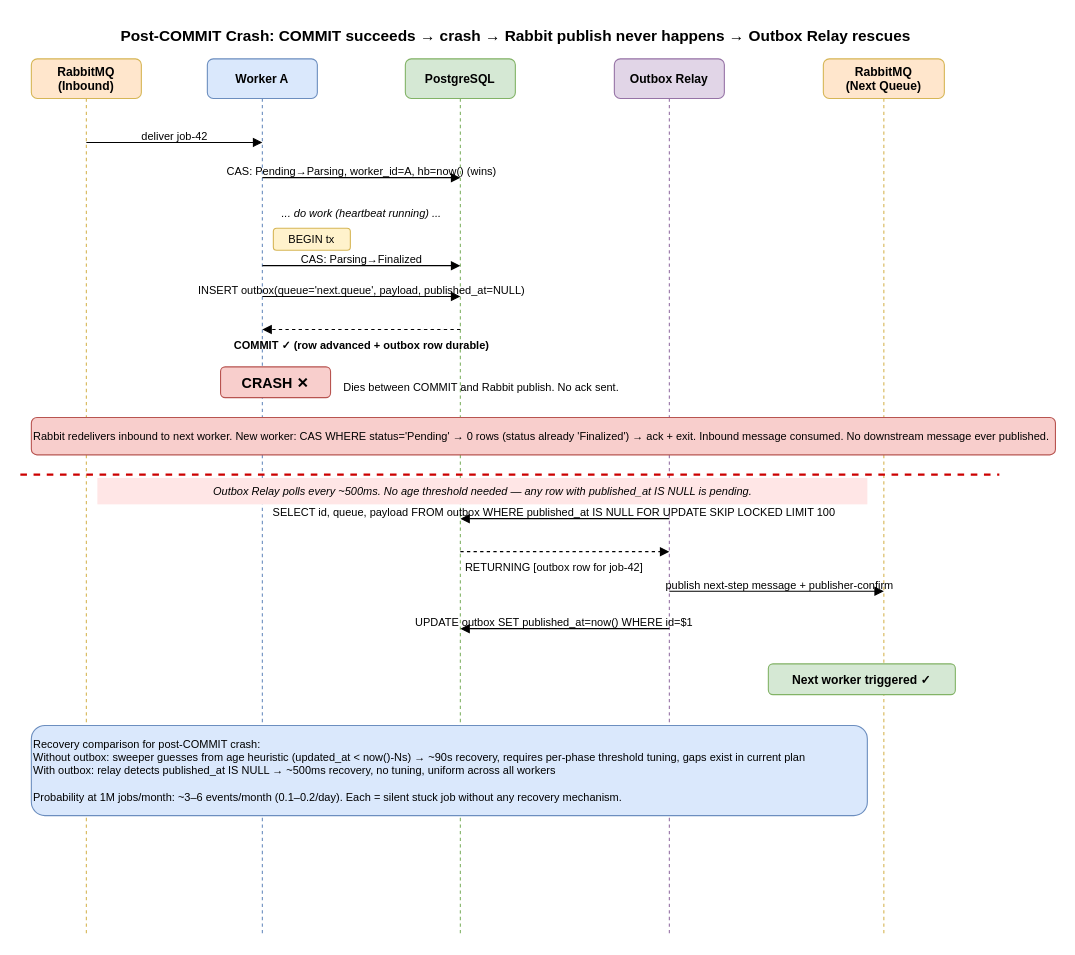
Earlier version of the draw.io diagram page "3 — Post-COMMIT Crash (Outbox)" (3 of 4) of docs/cas-heartbeat-recovery.drawio (ImriHarlev/Dintinct). Source tidied: cells renumbered, new cells numbered last; positions are measured from the earlier drawing's top-left corner, leaving out a move shared by most shapes. Both pictures are drawn from the tidied source at 110%, with x=0, y=0 at pixel (20, 19).
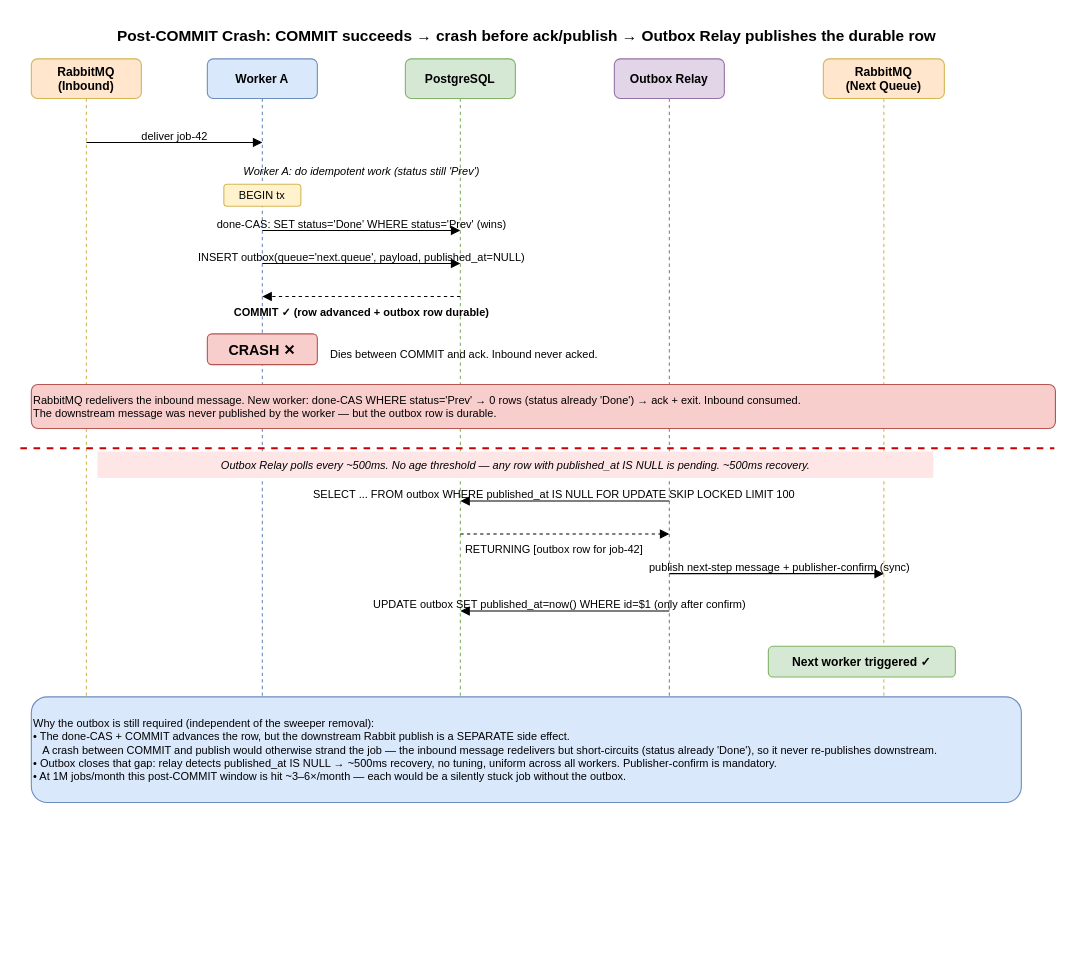
The same diagram, later.

Commit message (it also covers changes not shown here):
check-point for Rabbit 3.13

What changed in the source:
```diff
@@
-    <mxCell id="2" value="Post-COMMIT Crash: COMMIT succeeds → crash → Rabbit publish never happens → Outbox Relay rescues" style="text;html=1;strokeColor=none;fillColor=none;align=center;fontSize=14;fontStyle=1;" parent="1" vertex="1">
-      <mxGeometry x="10" width="880" height="26" as="geometry" />
+    <mxCell id="2" value="Post-COMMIT Crash: COMMIT succeeds → crash before ack/publish → Outbox Relay publishes the durable row" style="text;html=1;strokeColor=none;fillColor=none;align=center;fontSize=14;fontStyle=1;" parent="1" vertex="1">
+      <mxGeometry x="10" width="900" height="26" as="geometry" />
     </mxCell>
@@
     <mxCell id="8" style="endArrow=none;dashed=1;strokeColor=#d6b656;" parent="1" edge="1">
       <mxGeometry relative="1" as="geometry">
         <mxPoint x="60" y="72" as="sourcePoint" />
-        <mxPoint x="60" y="832" as="targetPoint" />
+        <mxPoint x="60" y="632" as="targetPoint" />
       </mxGeometry>
     </mxCell>
     <mxCell id="9" style="endArrow=none;dashed=1;strokeColor=#6c8ebf;" parent="1" edge="1">
       <mxGeometry relative="1" as="geometry">
         <mxPoint x="220" y="72" as="sourcePoint" />
-        <mxPoint x="220" y="832" as="targetPoint" />
+        <mxPoint x="220" y="632" as="targetPoint" />
       </mxGeometry>
     </mxCell>
     <mxCell id="10" style="endArrow=none;dashed=1;strokeColor=#82b366;" parent="1" edge="1">
       <mxGeometry relative="1" as="geometry">
         <mxPoint x="400" y="72" as="sourcePoint" />
-        <mxPoint x="400" y="832" as="targetPoint" />
+        <mxPoint x="400" y="632" as="targetPoint" />
       </mxGeometry>
     </mxCell>
     <mxCell id="11" style="endArrow=none;dashed=1;strokeColor=#9673a6;" parent="1" edge="1">
       <mxGeometry relative="1" as="geometry">
         <mxPoint x="590" y="72" as="sourcePoint" />
-        <mxPoint x="590" y="832" as="targetPoint" />
+        <mxPoint x="590" y="632" as="targetPoint" />
       </mxGeometry>
     </mxCell>
     <mxCell id="12" style="endArrow=none;dashed=1;strokeColor=#d6b656;" parent="1" edge="1">
       <mxGeometry relative="1" as="geometry">
         <mxPoint x="785" y="72" as="sourcePoint" />
-        <mxPoint x="785" y="832" as="targetPoint" />
+        <mxPoint x="785" y="632" as="targetPoint" />
       </mxGeometry>
     </mxCell>
@@
-    <mxCell id="15" style="endArrow=block;endFill=1;" parent="1" edge="1">
-      <mxGeometry relative="1" as="geometry">
-        <mxPoint x="220" y="144" as="sourcePoint" />
-        <mxPoint x="400" y="144" as="targetPoint" />
-      </mxGeometry>
+    <mxCell id="15" value="Worker A: do idempotent work (status still 'Prev')" style="text;html=1;strokeColor=none;fillColor=none;align=center;fontSize=10;fontStyle=2;" parent="1" vertex="1">
+      <mxGeometry x="200" y="126" width="220" height="16" as="geometry" />
     </mxCell>
-    <mxCell id="16" value="CAS: Pending→Parsing, worker_id=A, hb=now()  (wins)" style="text;html=1;strokeColor=none;fillColor=none;align=center;fontSize=10;" parent="1" vertex="1">
-      <mxGeometry x="200" y="126" width="220" height="16" as="geometry" />
-    </mxCell>
+    <mxCell id="18" value="BEGIN tx" style="rounded=1;fillColor=#fff2cc;strokeColor=#d6b656;fontSize=10;" parent="1" vertex="1">
+      <mxGeometry x="185" y="150" width="70" height="20" as="geometry" />
+    </mxCell>
-    <mxCell id="17" value="... do work (heartbeat running) ..." style="text;html=1;strokeColor=none;fillColor=none;align=center;fontSize=10;fontStyle=2;" parent="1" vertex="1">
-      <mxGeometry x="200" y="164" width="220" height="16" as="geometry" />
+    <mxCell id="17" style="endArrow=block;endFill=1;" parent="1" edge="1">
+      <mxGeometry relative="1" as="geometry">
+        <mxPoint x="220" y="192" as="sourcePoint" />
+        <mxPoint x="400" y="192" as="targetPoint" />
+      </mxGeometry>
     </mxCell>
-    <mxCell id="18" value="BEGIN tx" style="rounded=1;fillColor=#fff2cc;strokeColor=#d6b656;fontSize=10;" parent="1" vertex="1">
-      <mxGeometry x="230" y="190" width="70" height="20" as="geometry" />
-    </mxCell>
+    <mxCell id="40" value="done-CAS: SET status='Done' WHERE status='Prev' (wins)" style="text;html=1;strokeColor=none;fillColor=none;align=center;fontSize=10;" parent="1" vertex="1">
+      <mxGeometry x="190" y="174" width="240" height="16" as="geometry" />
+    </mxCell>
     <mxCell id="19" style="endArrow=block;endFill=1;" parent="1" edge="1">
       <mxGeometry relative="1" as="geometry">
-        <mxPoint x="220" y="224" as="sourcePoint" />
-        <mxPoint x="400" y="224" as="targetPoint" />
+        <mxPoint x="220" y="222" as="sourcePoint" />
+        <mxPoint x="400" y="222" as="targetPoint" />
       </mxGeometry>
     </mxCell>
-    <mxCell id="20" value="CAS: Parsing→Finalized" style="text;html=1;strokeColor=none;fillColor=none;align=center;fontSize=10;" parent="1" vertex="1">
-      <mxGeometry x="200" y="206" width="220" height="16" as="geometry" />
+    <mxCell id="20" value="INSERT outbox(queue='next.queue', payload, published_at=NULL)" style="text;html=1;strokeColor=none;fillColor=none;align=center;fontSize=10;" parent="1" vertex="1">
+      <mxGeometry x="190" y="204" width="240" height="16" as="geometry" />
     </mxCell>
-    <mxCell id="21" style="endArrow=block;endFill=1;" parent="1" edge="1">
-      <mxGeometry relative="1" as="geometry">
-        <mxPoint x="220" y="252" as="sourcePoint" />
-        <mxPoint x="400" y="252" as="targetPoint" />
-      </mxGeometry>
-    </mxCell>
-    <mxCell id="22" value="INSERT outbox(queue='next.queue', payload, published_at=NULL)" style="text;html=1;strokeColor=none;fillColor=none;align=center;fontSize=10;" parent="1" vertex="1">
-      <mxGeometry x="200" y="234" width="220" height="16" as="geometry" />
-    </mxCell>
     <mxCell id="23" style="endArrow=block;endFill=1;dashed=1;" parent="1" edge="1">
       <mxGeometry relative="1" as="geometry">
-        <mxPoint x="400" y="282" as="sourcePoint" />
-        <mxPoint x="220" y="282" as="targetPoint" />
+        <mxPoint x="400" y="252" as="sourcePoint" />
+        <mxPoint x="220" y="252" as="targetPoint" />
       </mxGeometry>
     </mxCell>
     <mxCell id="24" value="COMMIT ✓  (row advanced + outbox row durable)" style="text;html=1;strokeColor=none;fillColor=none;align=center;fontSize=10;fontStyle=1;" parent="1" vertex="1">
-      <mxGeometry x="200" y="284" width="220" height="16" as="geometry" />
+      <mxGeometry x="190" y="254" width="240" height="16" as="geometry" />
     </mxCell>
     <mxCell id="25" value="CRASH ✕" style="rounded=1;fillColor=#f8cecc;strokeColor=#b85450;fontStyle=1;fontSize=13;" parent="1" vertex="1">
-      <mxGeometry x="182" y="316" width="100" height="28" as="geometry" />
+      <mxGeometry x="170" y="286" width="100" height="28" as="geometry" />
     </mxCell>
-    <mxCell id="26" value="Dies between COMMIT and Rabbit publish.  No ack sent." style="text;html=1;strokeColor=none;fillColor=none;align=left;fontSize=10;" parent="1" vertex="1">
-      <mxGeometry x="292" y="322" width="280" height="16" as="geometry" />
+    <mxCell id="26" value="Dies between COMMIT and ack.  Inbound never acked." style="text;html=1;strokeColor=none;fillColor=none;align=left;fontSize=10;" parent="1" vertex="1">
+      <mxGeometry x="280" y="292" width="300" height="16" as="geometry" />
     </mxCell>
-    <mxCell id="27" value="Rabbit redelivers inbound to next worker.  New worker: CAS WHERE status='Pending' → 0 rows (status already 'Finalized') → ack + exit.  Inbound message consumed.  No downstream message ever published." style="rounded=1;fillColor=#f8cecc;strokeColor=#b85450;fontSize=10;align=left;" parent="1" vertex="1">
-      <mxGeometry x="10" y="362" width="931" height="34" as="geometry" />
+    <mxCell id="27" value="RabbitMQ redelivers the inbound message. New worker: done-CAS WHERE status='Prev' → 0 rows (status already 'Done') → ack + exit. Inbound consumed. &#10;The downstream message was never published by the worker — but the outbox row is durable." style="rounded=1;fillColor=#f8cecc;strokeColor=#b85450;fontSize=10;align=left;" parent="1" vertex="1">
+      <mxGeometry x="10" y="332" width="931" height="40" as="geometry" />
     </mxCell>
     <mxCell id="28" style="endArrow=none;strokeColor=#CC0000;dashed=1;strokeWidth=2;" parent="1" edge="1">
       <mxGeometry relative="1" as="geometry">
-        <mxPoint y="414" as="sourcePoint" />
-        <mxPoint x="890" y="414" as="targetPoint" />
+        <mxPoint y="390" as="sourcePoint" />
+        <mxPoint x="940" y="390" as="targetPoint" />
       </mxGeometry>
     </mxCell>
-    <mxCell id="29" value="Outbox Relay polls every ~500ms.  No age threshold needed — any row with published_at IS NULL is pending." style="text;html=1;strokeColor=none;fillColor=#FFE6E6;align=center;fontSize=10;fontStyle=2;" parent="1" vertex="1">
-      <mxGeometry x="70" y="417" width="700" height="24" as="geometry" />
+    <mxCell id="29" value="Outbox Relay polls every ~500ms.  No age threshold — any row with published_at IS NULL is pending.  ~500ms recovery." style="text;html=1;strokeColor=none;fillColor=#FFE6E6;align=center;fontSize=10;fontStyle=2;" parent="1" vertex="1">
+      <mxGeometry x="70" y="393" width="760" height="24" as="geometry" />
     </mxCell>
     <mxCell id="30" style="endArrow=block;endFill=1;" parent="1" edge="1">
       <mxGeometry relative="1" as="geometry">
-        <mxPoint x="590" y="454" as="sourcePoint" />
-        <mxPoint x="400" y="454" as="targetPoint" />
+        <mxPoint x="590" y="438" as="sourcePoint" />
+        <mxPoint x="400" y="438" as="targetPoint" />
       </mxGeometry>
     </mxCell>
-    <mxCell id="31" value="SELECT id, queue, payload FROM outbox WHERE published_at IS NULL FOR UPDATE SKIP LOCKED LIMIT 100" style="text;html=1;strokeColor=none;fillColor=none;align=center;fontSize=10;" parent="1" vertex="1">
-      <mxGeometry x="360" y="436" width="250" height="16" as="geometry" />
+    <mxCell id="31" value="SELECT ... FROM outbox WHERE published_at IS NULL FOR UPDATE SKIP LOCKED LIMIT 100" style="text;html=1;strokeColor=none;fillColor=none;align=center;fontSize=10;" parent="1" vertex="1">
+      <mxGeometry x="360" y="420" width="250" height="16" as="geometry" />
     </mxCell>
     <mxCell id="32" style="endArrow=block;endFill=1;dashed=1;" parent="1" edge="1">
       <mxGeometry relative="1" as="geometry">
-        <mxPoint x="400" y="484" as="sourcePoint" />
-        <mxPoint x="590" y="484" as="targetPoint" />
+        <mxPoint x="400" y="468" as="sourcePoint" />
+        <mxPoint x="590" y="468" as="targetPoint" />
       </mxGeometry>
     </mxCell>
     <mxCell id="33" value="RETURNING [outbox row for job-42]" style="text;html=1;strokeColor=none;fillColor=none;align=center;fontSize=10;" parent="1" vertex="1">
-      <mxGeometry x="360" y="486" width="250" height="16" as="geometry" />
+      <mxGeometry x="360" y="470" width="250" height="16" as="geometry" />
     </mxCell>
     <mxCell id="34" style="endArrow=block;endFill=1;" parent="1" edge="1">
       <mxGeometry relative="1" as="geometry">
-        <mxPoint x="590" y="520" as="sourcePoint" />
-        <mxPoint x="785" y="520" as="targetPoint" />
+        <mxPoint x="590" y="504" as="sourcePoint" />
+        <mxPoint x="785" y="504" as="targetPoint" />
       </mxGeometry>
     </mxCell>
-    <mxCell id="35" value="publish next-step message + publisher-confirm" style="text;html=1;strokeColor=none;fillColor=none;align=center;fontSize=10;" parent="1" vertex="1">
-      <mxGeometry x="570" y="502" width="240" height="16" as="geometry" />
+    <mxCell id="35" value="publish next-step message + publisher-confirm (sync)" style="text;html=1;strokeColor=none;fillColor=none;align=center;fontSize=10;" parent="1" vertex="1">
+      <mxGeometry x="570" y="486" width="240" height="16" as="geometry" />
     </mxCell>
     <mxCell id="36" style="endArrow=block;endFill=1;" parent="1" edge="1">
       <mxGeometry relative="1" as="geometry">
-        <mxPoint x="590" y="554" as="sourcePoint" />
-        <mxPoint x="400" y="554" as="targetPoint" />
+        <mxPoint x="590" y="538" as="sourcePoint" />
+        <mxPoint x="400" y="538" as="targetPoint" />
       </mxGeometry>
     </mxCell>
-    <mxCell id="37" value="UPDATE outbox SET published_at=now() WHERE id=$1" style="text;html=1;strokeColor=none;fillColor=none;align=center;fontSize=10;" parent="1" vertex="1">
-      <mxGeometry x="360" y="536" width="250" height="16" as="geometry" />
+    <mxCell id="37" value="UPDATE outbox SET published_at=now() WHERE id=$1  (only after confirm)" style="text;html=1;strokeColor=none;fillColor=none;align=center;fontSize=10;" parent="1" vertex="1">
+      <mxGeometry x="360" y="520" width="260" height="16" as="geometry" />
     </mxCell>
     <mxCell id="38" value="Next worker triggered ✓" style="rounded=1;fillColor=#d5e8d4;strokeColor=#82b366;fontStyle=1;fontSize=11;" parent="1" vertex="1">
-      <mxGeometry x="680" y="586" width="170" height="28" as="geometry" />
+      <mxGeometry x="680" y="570" width="170" height="28" as="geometry" />
     </mxCell>
-    <mxCell id="39" value="Recovery comparison for post-COMMIT crash:&#10;  Without outbox:  sweeper guesses from age heuristic (updated_at &lt; now()-Ns) → ~90s recovery, requires per-phase threshold tuning, gaps exist in current plan&#10;  With outbox:     relay detects published_at IS NULL → ~500ms recovery, no tuning, uniform across all workers&#10;&#10;Probability at 1M jobs/month: ~3–6 events/month (0.1–0.2/day).  Each = silent stuck job without any recovery mechanism." style="rounded=1;fillColor=#dae8fc;strokeColor=#6c8ebf;fontSize=10;align=left;" parent="1" vertex="1">
-      <mxGeometry x="10" y="642" width="760" height="82" as="geometry" />
+    <mxCell id="39" value="Why the outbox is still required (independent of the sweeper removal):&#10;• The done-CAS + COMMIT advances the row, but the downstream Rabbit publish is a SEPARATE side effect. &#10;   A crash between COMMIT and publish would otherwise strand the job — the inbound message redelivers but short-circuits (status already 'Done'), so it never re-publishes downstream.&#10;• Outbox closes that gap: relay detects published_at IS NULL → ~500ms recovery, no tuning, uniform across all workers. Publisher-confirm is mandatory.&#10;• At 1M jobs/month this post-COMMIT window is hit ~3–6×/month — each would be a silently stuck job without the outbox." style="rounded=1;fillColor=#dae8fc;strokeColor=#6c8ebf;fontSize=10;align=left;" parent="1" vertex="1">
+      <mxGeometry x="10" y="616" width="900" height="96" as="geometry" />
     </mxCell>
```
